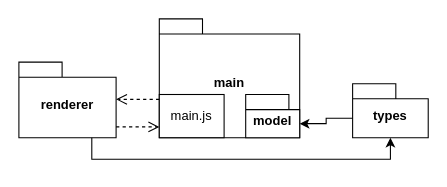
Before: doc/package.drawio in zezosarg/bibliography-manager, a draw.io diagram. Source tidied: cells renumbered, new cells numbered last; positions are measured from the earlier drawing's top-left corner, leaving out a move shared by most shapes. Both pictures are drawn from the tidied source at 108%, with x=0, y=0 at pixel (18, 18).
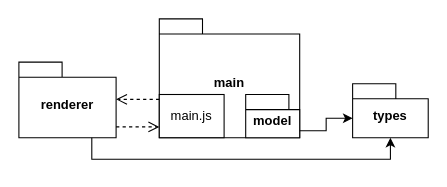
The same diagram, later.

The edit, as a diff of the source:
```diff
@@
 <mxGraphModel>
   <root>
     <mxCell id="0" />
     <mxCell id="1" parent="0" />
     <mxCell id="2" value="main" style="shape=folder;fontStyle=1;spacingTop=10;tabWidth=40;tabHeight=14;tabPosition=left;html=1;whiteSpace=wrap;" parent="1" vertex="1">
       <mxGeometry x="130" width="130" height="110" as="geometry" />
     </mxCell>
     <mxCell id="3" value="&lt;div&gt;renderer&lt;/div&gt;" style="shape=folder;fontStyle=1;spacingTop=10;tabWidth=40;tabHeight=14;tabPosition=left;html=1;whiteSpace=wrap;" parent="1" vertex="1">
       <mxGeometry y="40" width="90" height="70" as="geometry" />
     </mxCell>
     <mxCell id="4" value="types" style="shape=folder;fontStyle=1;spacingTop=10;tabWidth=40;tabHeight=14;tabPosition=left;html=1;whiteSpace=wrap;" parent="1" vertex="1">
       <mxGeometry x="309" y="60" width="70" height="50" as="geometry" />
     </mxCell>
     <mxCell id="5" value="&lt;div&gt;main.js&lt;/div&gt;" style="html=1;whiteSpace=wrap;" parent="1" vertex="1">
       <mxGeometry x="130" y="70" width="60" height="40" as="geometry" />
     </mxCell>
     <mxCell id="6" style="edgeStyle=orthogonalEdgeStyle;rounded=0;jettySize=auto;html=1;exitX=0.75;exitY=1;exitDx=0;exitDy=0;exitPerimeter=0;entryX=0.5;entryY=1;entryDx=0;entryDy=0;entryPerimeter=0;" parent="1" edge="1" source="3" target="4">
       <mxGeometry relative="1" as="geometry" />
     </mxCell>
     <mxCell id="7" value="model" style="shape=folder;fontStyle=1;spacingTop=10;tabWidth=40;tabHeight=14;tabPosition=left;html=1;whiteSpace=wrap;" parent="1" vertex="1">
       <mxGeometry x="210" y="70" width="50" height="40" as="geometry" />
     </mxCell>
     <mxCell id="8" style="html=1;verticalAlign=bottom;endArrow=open;dashed=1;endSize=8;curved=0;rounded=0;exitX=0;exitY=0;exitDx=90;exitDy=42;exitPerimeter=0;" parent="1" edge="1">
       <mxGeometry relative="1" as="geometry">
         <mxPoint x="90" y="100" as="sourcePoint" />
         <mxPoint x="130" y="100" as="targetPoint" />
       </mxGeometry>
     </mxCell>
     <mxCell id="9" style="html=1;verticalAlign=bottom;endArrow=open;dashed=1;endSize=8;curved=0;rounded=0;" parent="1" edge="1">
       <mxGeometry relative="1" as="geometry">
         <mxPoint x="130" y="74.5" as="sourcePoint" />
         <mxPoint x="90" y="74.5" as="targetPoint" />
       </mxGeometry>
     </mxCell>
-    <mxCell id="10" style="edgeStyle=orthogonalEdgeStyle;rounded=0;jettySize=auto;html=1;exitX=0;exitY=0;exitDx=0;exitDy=32;exitPerimeter=0;entryX=0;entryY=0;entryDx=50;entryDy=27;entryPerimeter=0;" parent="1" edge="1" source="4" target="7">
-      <mxGeometry relative="1" as="geometry" />
-    </mxCell>
+    <mxCell id="11" style="edgeStyle=orthogonalEdgeStyle;rounded=0;jettySize=auto;html=1;exitX=0;exitY=0;exitDx=50;exitDy=33.5;exitPerimeter=0;entryX=0;entryY=0;entryDx=0;entryDy=32;entryPerimeter=0;" parent="1" edge="1" source="7" target="4">
+      <mxGeometry relative="1" as="geometry" />
+    </mxCell>
   </root>
 </mxGraphModel>
```
